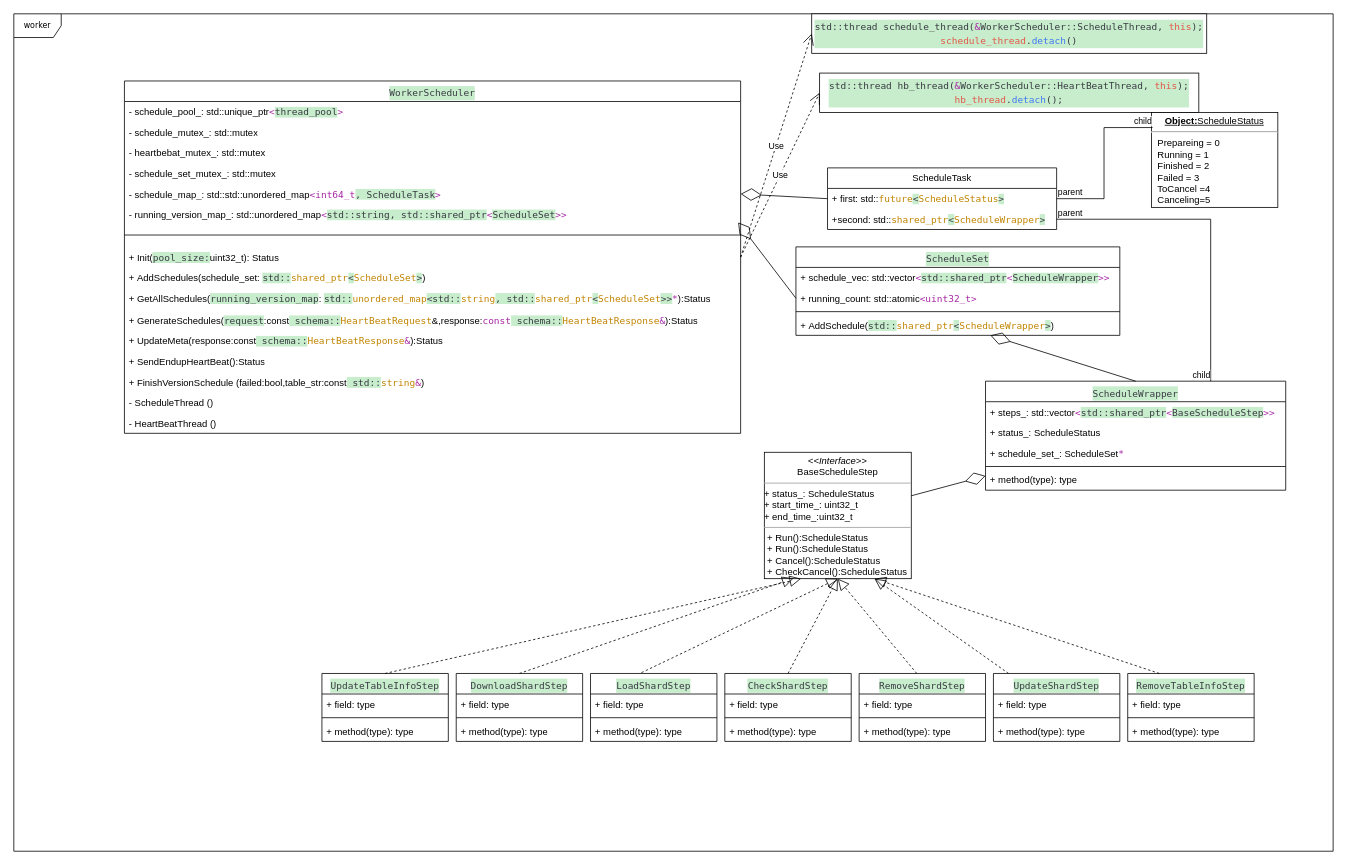
sinomiko/reading keeps this draw.io diagram as Notes/worker-schedule.drawio. Above is the earlier version. Source tidied: cells renumbered, new cells numbered last; positions are measured from the earlier drawing's top-left corner, leaving out a move shared by most shapes. Both pictures are drawn from the tidied source at 79%, with x=0, y=0 at pixel (13, 13).
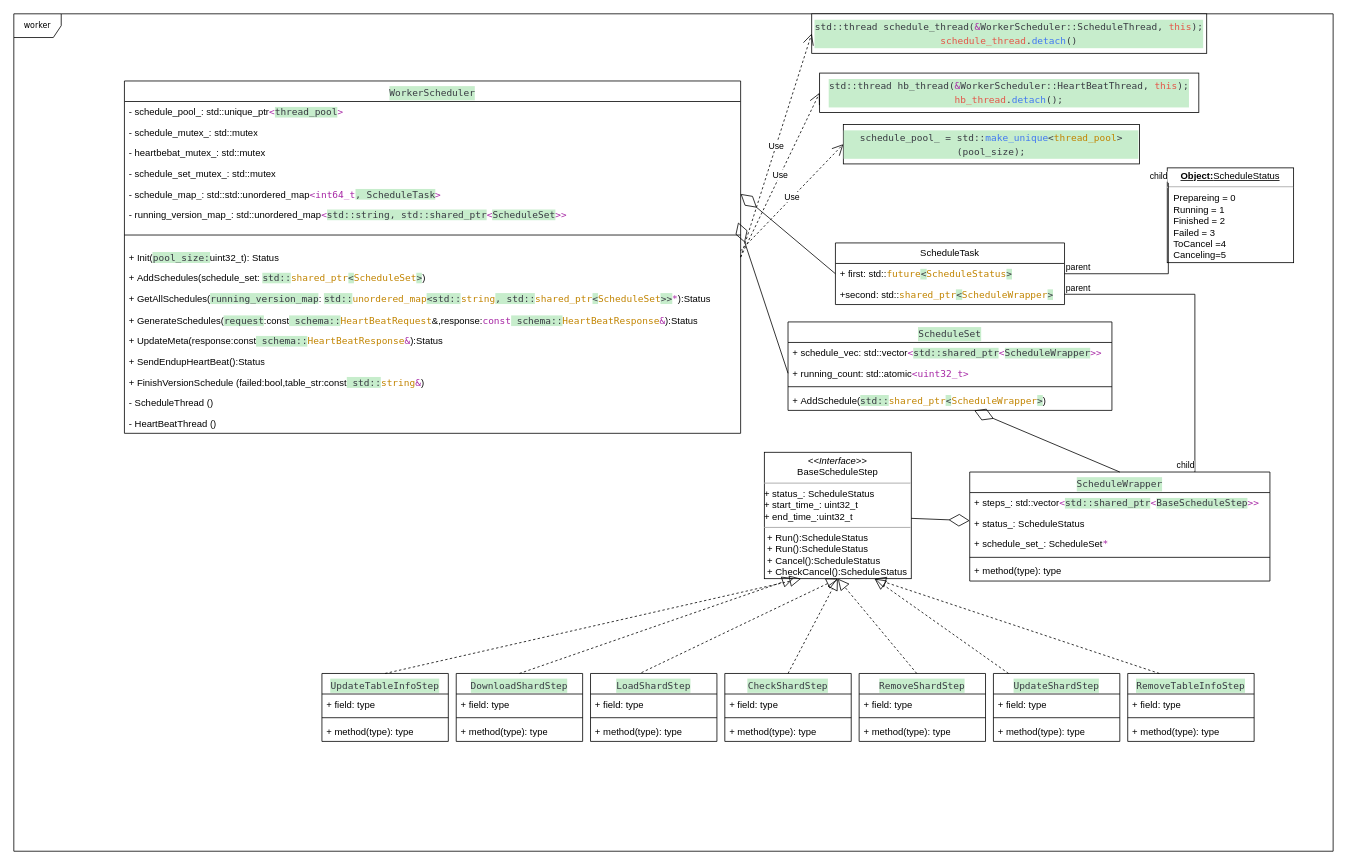
After the change.

Diff of the diagram source:
```diff
@@
     <mxCell id="24" value="ScheduleTask" style="swimlane;fontStyle=0;horizontal=1;startSize=26;fillColor=none;whiteSpace=wrap;html=1;" parent="1" vertex="1">
-      <mxGeometry x="1030" y="195" width="290" height="78" as="geometry" />
+      <mxGeometry x="1040" y="290" width="290" height="78" as="geometry" />
     </mxCell>
@@
     <mxCell id="28" value="&lt;p style=&quot;margin:0px;margin-top:4px;text-align:center;text-decoration:underline;&quot;&gt;&lt;b&gt;Object:&lt;/b&gt;ScheduleStatus&lt;/p&gt;&lt;hr&gt;&lt;p style=&quot;margin:0px;margin-left:8px;&quot;&gt;Prepareing&amp;nbsp;= 0&lt;br&gt;&lt;/p&gt;&lt;p style=&quot;margin:0px;margin-left:8px;&quot;&gt;Running&amp;nbsp;= 1&lt;br&gt;&lt;/p&gt;&lt;p style=&quot;margin:0px;margin-left:8px;&quot;&gt;Finished&amp;nbsp;= 2&lt;/p&gt;&lt;p style=&quot;margin:0px;margin-left:8px;&quot;&gt;Failed = 3&lt;/p&gt;&lt;p style=&quot;margin:0px;margin-left:8px;&quot;&gt;ToCancel =4&lt;/p&gt;&lt;p style=&quot;margin:0px;margin-left:8px;&quot;&gt;Canceling=5&lt;/p&gt;" style="verticalAlign=top;align=left;overflow=fill;fontSize=12;fontFamily=Helvetica;html=1;whiteSpace=wrap;" parent="1" vertex="1">
-      <mxGeometry x="1440" y="125" width="160" height="120" as="geometry" />
+      <mxGeometry x="1460" y="195" width="160" height="120" as="geometry" />
     </mxCell>
@@
     <mxCell id="32" value="&lt;div style=&quot;color: rgb(56, 58, 66); background-color: rgb(199, 237, 204); font-family: Menlo, Monaco, &amp;quot;Courier New&amp;quot;, monospace; font-weight: normal; line-height: 18px;&quot;&gt;ScheduleWrapper&lt;/div&gt;" style="swimlane;fontStyle=1;align=center;verticalAlign=top;horizontal=1;startSize=26;whiteSpace=wrap;html=1;" parent="1" vertex="1">
-      <mxGeometry x="1230" y="465" width="380" height="138" as="geometry" />
+      <mxGeometry x="1210" y="580" width="380" height="138" as="geometry" />
     </mxCell>
@@
     <mxCell id="78" value="&lt;div style=&quot;color: rgb(56, 58, 66); background-color: rgb(199, 237, 204); font-family: Menlo, Monaco, &amp;quot;Courier New&amp;quot;, monospace; font-weight: normal; line-height: 18px;&quot;&gt;ScheduleSet&lt;/div&gt;" style="swimlane;fontStyle=1;align=center;verticalAlign=top;horizontal=1;startSize=26;whiteSpace=wrap;html=1;" parent="1" vertex="1">
-      <mxGeometry x="990" y="295" width="410" height="112" as="geometry" />
+      <mxGeometry x="980" y="390" width="410" height="112" as="geometry" />
     </mxCell>
@@
+    <mxCell id="85" value="&lt;div style=&quot;color: rgb(56, 58, 66); background-color: rgb(199, 237, 204); font-family: Menlo, Monaco, &amp;quot;Courier New&amp;quot;, monospace; line-height: 18px;&quot;&gt;schedule_pool_ = std::&lt;span style=&quot;color: #4078f2;&quot;&gt;make_unique&lt;/span&gt;&amp;lt;&lt;span style=&quot;color: #c18401;&quot;&gt;thread_pool&lt;/span&gt;&amp;gt;(pool_size);&lt;/div&gt;" style="html=1;whiteSpace=wrap;" parent="1" vertex="1">
+      <mxGeometry x="1050" y="140" width="375" height="50" as="geometry" />
+    </mxCell>
+    <mxCell id="86" value="Use" style="endArrow=open;endSize=12;dashed=1;html=1;rounded=0;entryX=0;entryY=0.5;entryDx=0;entryDy=0;" parent="1" edge="1" target="85">
+      <mxGeometry relative="1" as="geometry">
+        <mxPoint x="920" y="300" as="sourcePoint" />
+      </mxGeometry>
+    </mxCell>
```
